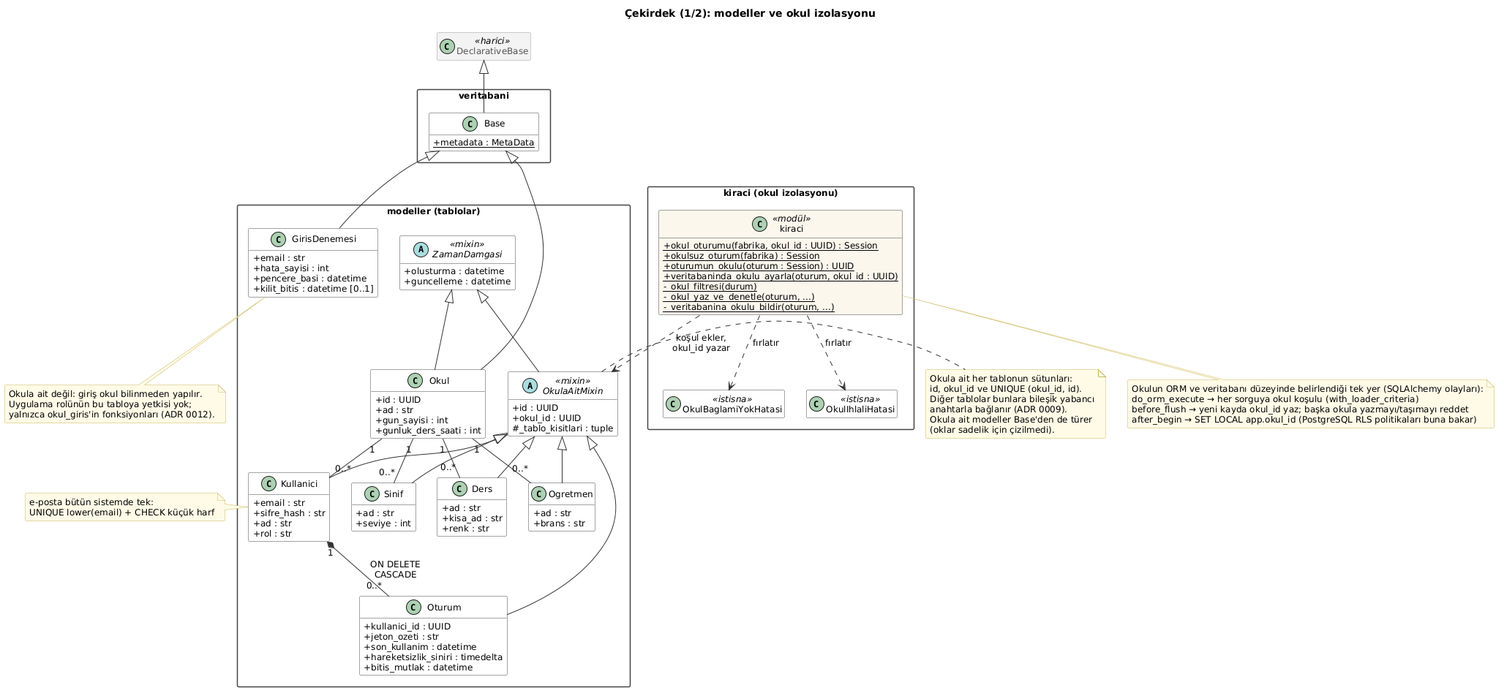
yusuf-aycicek/cizelge keeps this PlantUML diagram as docs/diyagramlar/cikti/02-cekirdek-modeller.png. Above is the earlier version.
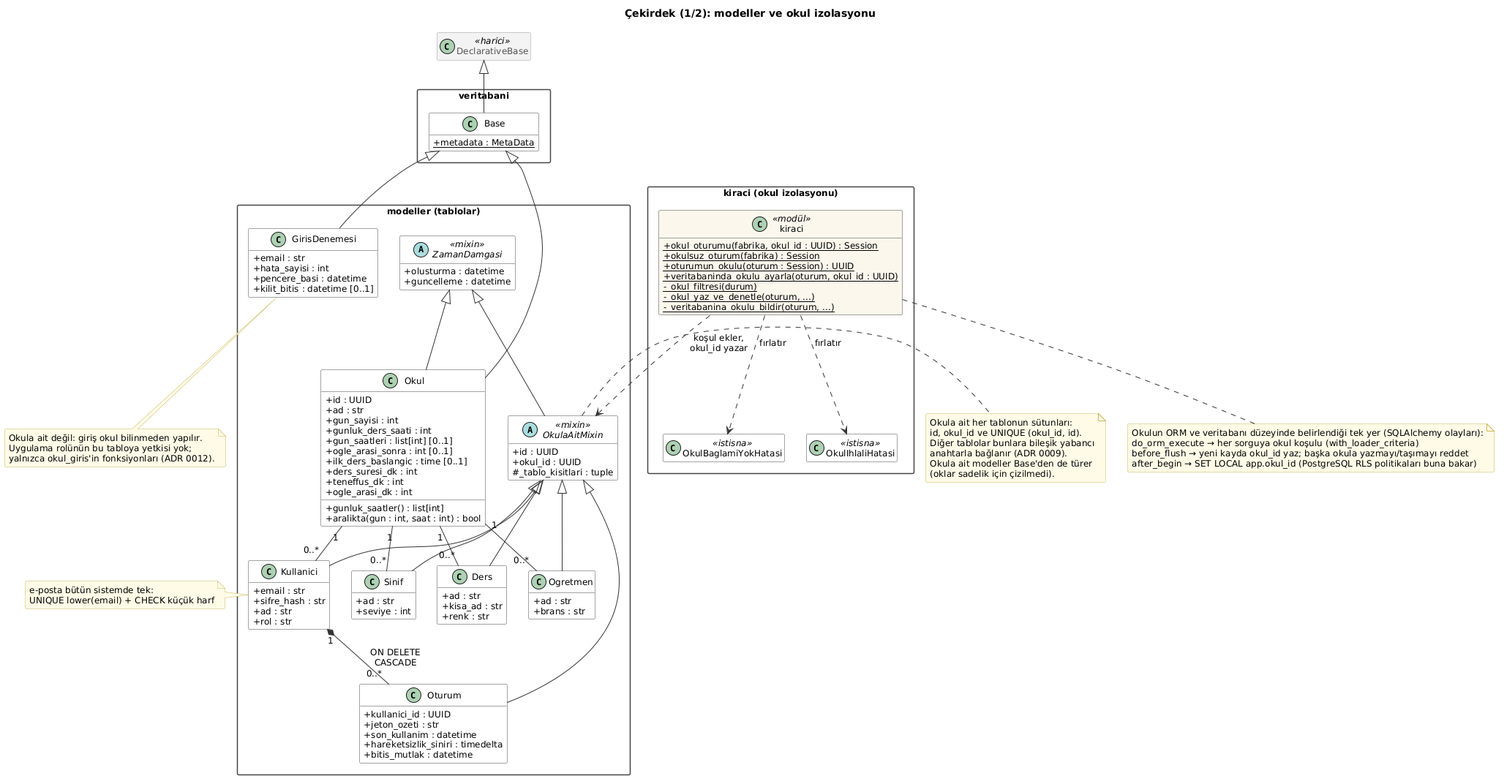
After the commit.

The edit, as a diff of the source:
```diff
@@ -22,6 +22,14 @@
     +ad : str
     +gun_sayisi : int
     +gunluk_ders_saati : int
+    +gun_saatleri : list[int] [0..1]
+    +ogle_arasi_sonra : int [0..1]
+    +ilk_ders_baslangic : time [0..1]
+    +ders_suresi_dk : int
+    +teneffus_dk : int
+    +ogle_arasi_dk : int
+    +gunluk_saatler() : list[int]
+    +aralikta(gun : int, saat : int) : bool
   }
   abstract class OkulaAitMixin <<mixin>> {
     +id : UUID
```
